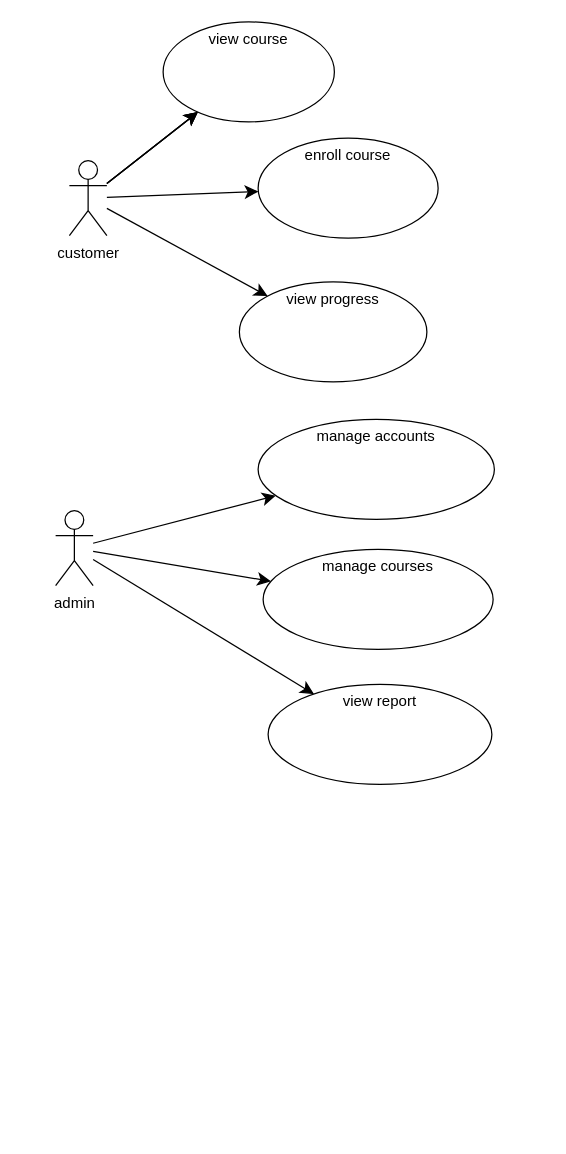
Sovannrathh/short-course keeps this draw.io diagram as usecase.drawio. Above is the earlier version. Source tidied: cells renumbered, new cells numbered last; positions are measured from the earlier drawing's top-left corner, leaving out a move shared by most shapes. Both pictures are drawn from the tidied source at 125%, with x=0, y=0 at pixel (55, 21).
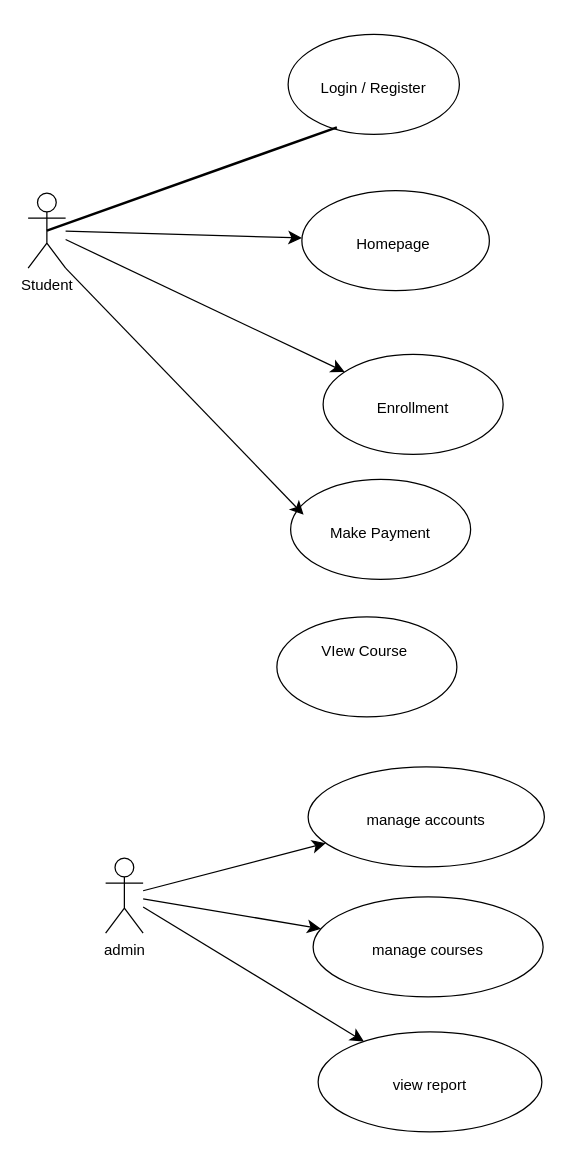
After the change.

What changed in the source:
```diff
@@
 <mxGraphModel>
   <root>
     <mxCell id="0" />
     <mxCell id="1" parent="0" />
-    <mxCell id="2" style="edgeStyle=none;curved=1;rounded=0;jettySize=auto;html=1;fontSize=12;startSize=8;endSize=8;" parent="1" edge="1" source="7" target="12">
-      <mxGeometry relative="1" as="geometry" />
-    </mxCell>
-    <mxCell id="3" style="edgeStyle=none;curved=1;rounded=0;jettySize=auto;html=1;fontSize=12;startSize=8;endSize=8;" parent="1" edge="1" source="7" target="12">
-      <mxGeometry relative="1" as="geometry" />
-    </mxCell>
-    <mxCell id="4" style="edgeStyle=none;curved=1;rounded=0;jettySize=auto;html=1;fontSize=12;startSize=8;endSize=8;" parent="1" edge="1" source="7" target="12">
-      <mxGeometry relative="1" as="geometry" />
-    </mxCell>
     <mxCell id="5" style="edgeStyle=none;curved=1;rounded=0;jettySize=auto;html=1;fontSize=12;startSize=8;endSize=8;" parent="1" edge="1" source="7" target="13">
       <mxGeometry relative="1" as="geometry" />
     </mxCell>
     <mxCell id="6" style="edgeStyle=none;curved=1;rounded=0;jettySize=auto;html=1;fontSize=12;startSize=8;endSize=8;" parent="1" edge="1" source="7" target="14">
       <mxGeometry relative="1" as="geometry" />
     </mxCell>
-    <mxCell id="7" value="customer" style="shape=umlActor;verticalLabelPosition=bottom;verticalAlign=top;html=1;outlineConnect=0;" parent="1" vertex="1">
-      <mxGeometry x="11" y="111" width="30" height="60" as="geometry" />
+    <mxCell id="7" value="Student" style="shape=umlActor;verticalLabelPosition=bottom;verticalAlign=top;html=1;outlineConnect=0;" parent="1" vertex="1">
+      <mxGeometry x="-22" y="137" width="30" height="60" as="geometry" />
     </mxCell>
     <mxCell id="8" style="edgeStyle=none;curved=1;rounded=0;jettySize=auto;html=1;fontSize=12;startSize=8;endSize=8;" parent="1" edge="1" source="11" target="15">
       <mxGeometry relative="1" as="geometry" />
     </mxCell>
     <mxCell id="9" style="edgeStyle=none;curved=1;rounded=0;jettySize=auto;html=1;fontSize=12;startSize=8;endSize=8;" parent="1" edge="1" source="11" target="16">
       <mxGeometry relative="1" as="geometry" />
     </mxCell>
     <mxCell id="10" style="edgeStyle=none;curved=1;rounded=0;jettySize=auto;html=1;fontSize=12;startSize=8;endSize=8;" parent="1" edge="1" source="11" target="17">
       <mxGeometry relative="1" as="geometry" />
     </mxCell>
     <mxCell id="11" value="admin" style="shape=umlActor;verticalLabelPosition=bottom;verticalAlign=top;html=1;outlineConnect=0;" parent="1" vertex="1">
-      <mxGeometry y="391" width="30" height="60" as="geometry" />
+      <mxGeometry x="40" y="669" width="30" height="60" as="geometry" />
     </mxCell>
-    <mxCell id="12" value="view course" style="ellipse;whiteSpace=wrap;html=1;verticalAlign=top;" parent="1" vertex="1">
-      <mxGeometry x="86" width="137" height="80" as="geometry" />
+    <mxCell id="12" value="&lt;div&gt;&lt;br&gt;&lt;/div&gt;&lt;div&gt;&lt;br&gt;&lt;/div&gt;&lt;div&gt;Login / Register&lt;/div&gt;" style="ellipse;whiteSpace=wrap;html=1;verticalAlign=top;" parent="1" vertex="1">
+      <mxGeometry x="186" y="10" width="137" height="80" as="geometry" />
     </mxCell>
-    <mxCell id="13" value="enroll course" style="ellipse;whiteSpace=wrap;html=1;verticalAlign=top;" parent="1" vertex="1">
-      <mxGeometry x="162" y="93" width="144" height="80" as="geometry" />
+    <mxCell id="13" value="&lt;div&gt;&lt;br&gt;&lt;/div&gt;&lt;div&gt;&lt;br&gt;&lt;/div&gt;Enrollment" style="ellipse;whiteSpace=wrap;html=1;verticalAlign=top;" parent="1" vertex="1">
+      <mxGeometry x="214" y="266" width="144" height="80" as="geometry" />
     </mxCell>
-    <mxCell id="14" value="view progress" style="ellipse;whiteSpace=wrap;html=1;verticalAlign=top;" parent="1" vertex="1">
-      <mxGeometry x="147" y="208" width="150" height="80" as="geometry" />
+    <mxCell id="14" value="&lt;div&gt;&lt;br&gt;&lt;/div&gt;&lt;div&gt;&lt;br&gt;&lt;/div&gt;Homepage&amp;nbsp;" style="ellipse;whiteSpace=wrap;html=1;verticalAlign=top;" parent="1" vertex="1">
+      <mxGeometry x="197" y="135" width="150" height="80" as="geometry" />
     </mxCell>
-    <mxCell id="15" value="manage accounts" style="ellipse;whiteSpace=wrap;html=1;verticalAlign=top;" parent="1" vertex="1">
-      <mxGeometry x="162" y="318" width="189" height="80" as="geometry" />
+    <mxCell id="15" value="&lt;div&gt;&lt;br&gt;&lt;/div&gt;&lt;div&gt;&lt;br&gt;&lt;/div&gt;manage accounts" style="ellipse;whiteSpace=wrap;html=1;verticalAlign=top;" parent="1" vertex="1">
+      <mxGeometry x="202" y="596" width="189" height="80" as="geometry" />
     </mxCell>
-    <mxCell id="16" value="manage courses" style="ellipse;whiteSpace=wrap;html=1;verticalAlign=top;" parent="1" vertex="1">
-      <mxGeometry x="166" y="422" width="184" height="80" as="geometry" />
+    <mxCell id="16" value="&lt;div&gt;&lt;br&gt;&lt;/div&gt;&lt;div&gt;&lt;br&gt;&lt;/div&gt;manage courses" style="ellipse;whiteSpace=wrap;html=1;verticalAlign=top;" parent="1" vertex="1">
+      <mxGeometry x="206" y="700" width="184" height="80" as="geometry" />
     </mxCell>
-    <mxCell id="17" value="view report" style="ellipse;whiteSpace=wrap;html=1;verticalAlign=top;" parent="1" vertex="1">
-      <mxGeometry x="170" y="530" width="179" height="80" as="geometry" />
+    <mxCell id="17" value="&lt;div&gt;&lt;br&gt;&lt;/div&gt;&lt;div&gt;&lt;br&gt;&lt;/div&gt;view report" style="ellipse;whiteSpace=wrap;html=1;verticalAlign=top;" parent="1" vertex="1">
+      <mxGeometry x="210" y="808" width="179" height="80" as="geometry" />
     </mxCell>
+    <mxCell id="18" style="endArrow=none;html=1;rounded=0;fontSize=12;startSize=8;endSize=8;curved=1;strokeWidth=2;exitX=0.5;exitY=0.5;exitDx=0;exitDy=0;exitPerimeter=0;entryX=0.285;entryY=0.93;entryDx=0;entryDy=0;entryPerimeter=0;" parent="1" edge="1" source="7" target="12">
+      <mxGeometry relative="1" as="geometry" />
+    </mxCell>
+    <mxCell id="19" value="&lt;div&gt;&lt;br&gt;&lt;/div&gt;&lt;div&gt;&lt;span style=&quot;background-color: transparent; color: light-dark(rgb(0, 0, 0), rgb(255, 255, 255));&quot;&gt;&lt;br&gt;&lt;/span&gt;&lt;/div&gt;&lt;div&gt;&lt;span style=&quot;background-color: transparent; color: light-dark(rgb(0, 0, 0), rgb(255, 255, 255));&quot;&gt;Make Payment&lt;/span&gt;&lt;/div&gt;" style="ellipse;whiteSpace=wrap;html=1;verticalAlign=top;" parent="1" vertex="1">
+      <mxGeometry x="188" y="366" width="144" height="80" as="geometry" />
+    </mxCell>
+    <mxCell id="20" value="&lt;div&gt;&lt;br&gt;&lt;/div&gt;&lt;div&gt;&lt;span style=&quot;background-color: transparent; color: light-dark(rgb(0, 0, 0), rgb(255, 255, 255));&quot;&gt;VIew Course&amp;nbsp;&lt;/span&gt;&lt;/div&gt;" style="ellipse;whiteSpace=wrap;html=1;verticalAlign=top;" parent="1" vertex="1">
+      <mxGeometry x="177" y="476" width="144" height="80" as="geometry" />
+    </mxCell>
+    <mxCell id="21" style="edgeStyle=none;curved=1;rounded=0;jettySize=auto;html=1;fontSize=12;startSize=8;endSize=8;exitX=1;exitY=1;exitDx=0;exitDy=0;exitPerimeter=0;entryX=0.072;entryY=0.354;entryDx=0;entryDy=0;entryPerimeter=0;" parent="1" edge="1" source="7" target="19">
+      <mxGeometry relative="1" as="geometry" />
+    </mxCell>
   </root>
 </mxGraphModel>
```
